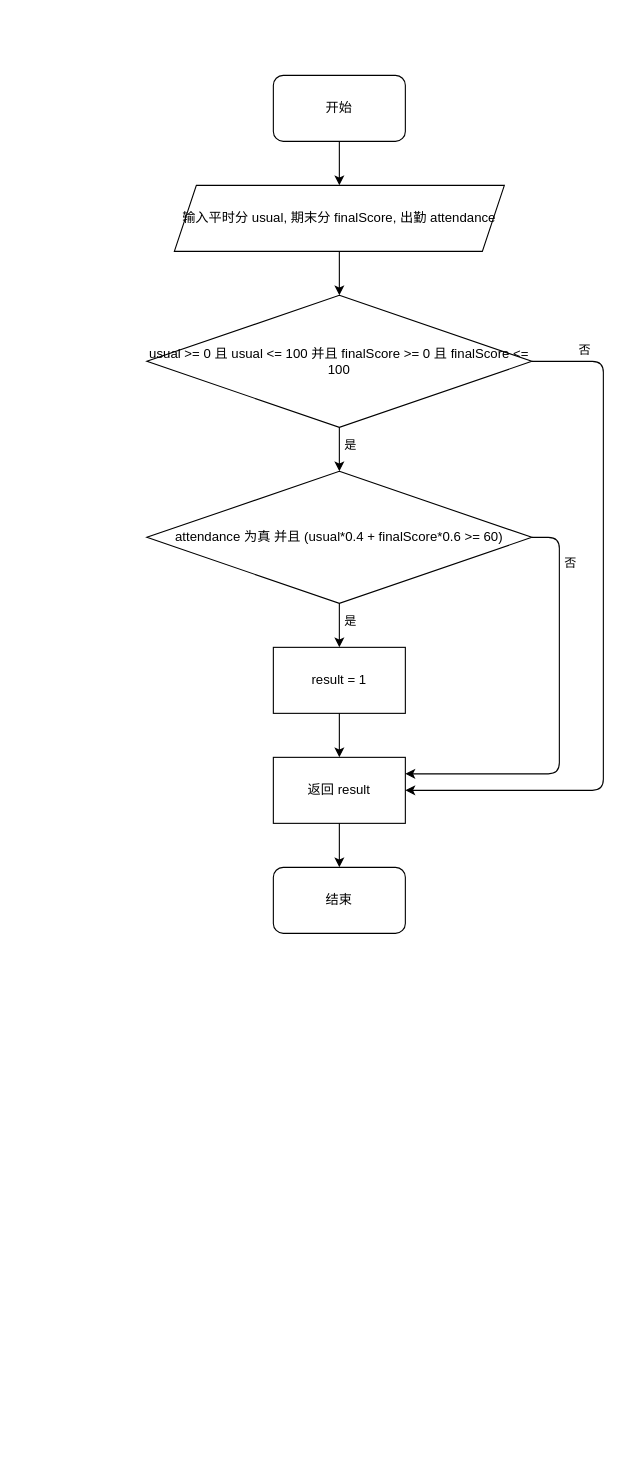
Earlier version of the draw.io diagram page "第 1 页" (1 of 5) of 软件测试白盒测试.drawio (wwwqqqzzz/iodraw-files). Source tidied: cells renumbered, new cells numbered last; positions are measured from the earlier drawing's top-left corner, leaving out a move shared by most shapes. Both pictures are drawn from the tidied source at 110%, with x=0, y=0 at pixel (146, 75).
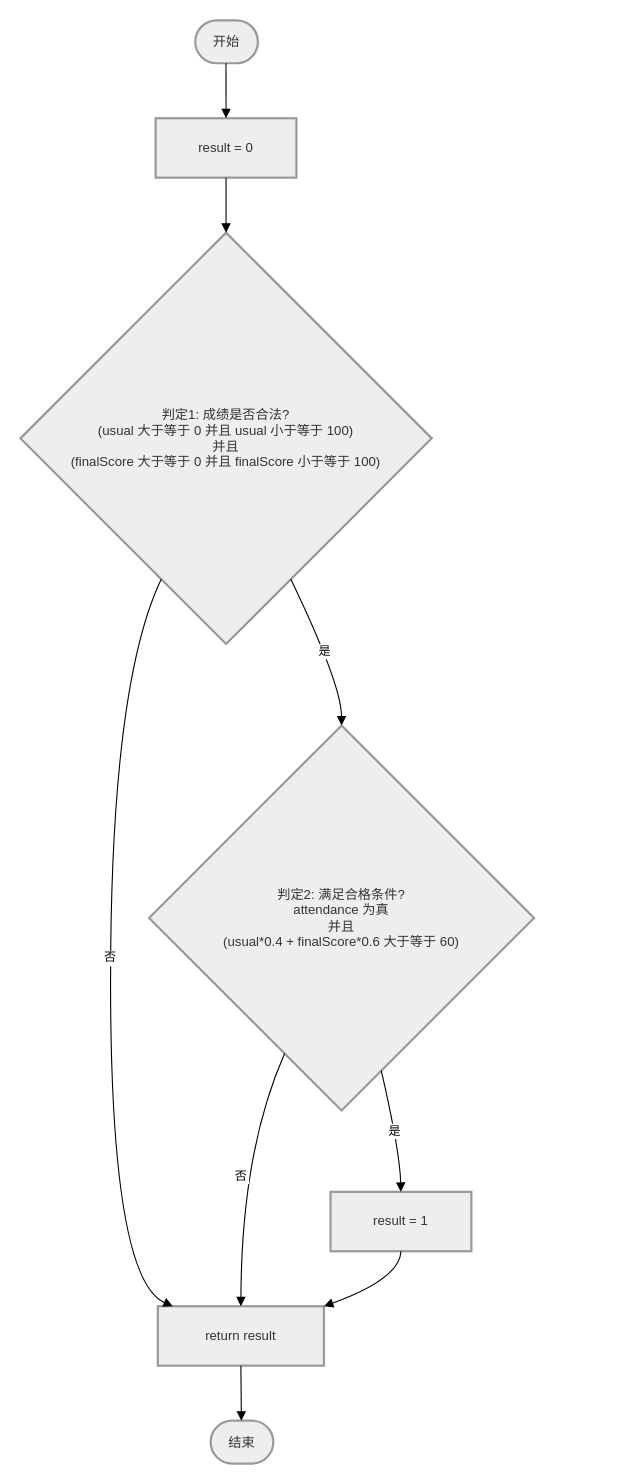
Above is the later version.

Commit message:
更新软件测试白盒测试.drawio

What changed in the source:
```diff
@@
+    <mxCell id="12" value="否" style="endArrow=classic;html=1;exitX=1;exitY=0.5;exitDx=0;exitDy=0;entryX=1;entryY=0.5;entryDx=0;entryDy=0;strokeColor=#000000;" parent="1" edge="1">
+      <mxGeometry x="-0.85" y="10" relative="1" as="geometry">
+        <mxPoint x="350" y="260" as="sourcePoint" />
+        <Array as="points">
+          <mxPoint x="415" y="260" />
+          <mxPoint x="415" y="650" />
+        </Array>
+      </mxGeometry>
+    </mxCell>
-    <mxCell id="2" value="开始" style="rounded=1;whiteSpace=wrap;html=1;strokeColor=#000000;fillColor=#ffffff;" parent="1" vertex="1">
-      <mxGeometry x="115" width="120" height="60" as="geometry" />
+    <mxCell id="2" value="开始" style="rounded=1;whiteSpace=wrap;arcSize=50;strokeWidth=2;fillColor=light-dark(#eeeeee,#1f2020);strokeColor=light-dark(#999999,#cccccc);fontColor=light-dark(#333333,#cccccc);" parent="1" vertex="1">
+      <mxGeometry x="44" y="-50" width="57" height="39" as="geometry" />
     </mxCell>
-    <mxCell id="3" value="输入平时分 usual, 期末分 finalScore, 出勤 attendance" style="shape=parallelogram;perimeter=parallelogramPerimeter;whiteSpace=wrap;html=1;fixedSize=1;strokeColor=#000000;fillColor=#ffffff;" parent="1" vertex="1">
-      <mxGeometry x="25" y="100" width="300" height="60" as="geometry" />
-    </mxCell>
-    <mxCell id="4" value="usual &gt;= 0 且 usual &lt;= 100 并且 finalScore &gt;= 0 且 finalScore &lt;= 100" style="rhombus;whiteSpace=wrap;html=1;strokeColor=#000000;fillColor=#ffffff;" parent="1" vertex="1">
-      <mxGeometry y="200" width="350" height="120" as="geometry" />
-    </mxCell>
-    <mxCell id="5" value="attendance 为真 并且 (usual*0.4 + finalScore*0.6 &gt;= 60)" style="rhombus;whiteSpace=wrap;html=1;strokeColor=#000000;fillColor=#ffffff;" parent="1" vertex="1">
-      <mxGeometry y="360" width="350" height="120" as="geometry" />
-    </mxCell>
+    <mxCell id="17" value="result = 0" style="whiteSpace=wrap;strokeWidth=2;fillColor=light-dark(#eeeeee,#1f2020);strokeColor=light-dark(#999999,#cccccc);fontColor=light-dark(#333333,#cccccc);" parent="1" vertex="1">
+      <mxGeometry x="8" y="39" width="128" height="54" as="geometry" />
+    </mxCell>
+    <mxCell id="18" value="判定1: 成绩是否合法?&#10;(usual 大于等于 0 并且 usual 小于等于 100)&#10;并且&#10;(finalScore 大于等于 0 并且 finalScore 小于等于 100)" style="rhombus;strokeWidth=2;whiteSpace=wrap;fillColor=light-dark(#eeeeee,#1f2020);strokeColor=light-dark(#999999,#cccccc);fontColor=light-dark(#333333,#cccccc);" parent="1" vertex="1">
+      <mxGeometry x="-115" y="143" width="374" height="374" as="geometry" />
+    </mxCell>
+    <mxCell id="19" value="return result" style="whiteSpace=wrap;strokeWidth=2;fillColor=light-dark(#eeeeee,#1f2020);strokeColor=light-dark(#999999,#cccccc);fontColor=light-dark(#333333,#cccccc);" parent="1" vertex="1">
+      <mxGeometry x="10" y="1119" width="151" height="54" as="geometry" />
+    </mxCell>
+    <mxCell id="20" value="判定2: 满足合格条件?&#10;attendance 为真&#10;并且&#10;(usual*0.4 + finalScore*0.6 大于等于 60)" style="rhombus;strokeWidth=2;whiteSpace=wrap;fillColor=light-dark(#eeeeee,#1f2020);strokeColor=light-dark(#999999,#cccccc);fontColor=light-dark(#333333,#cccccc);" parent="1" vertex="1">
+      <mxGeometry x="2" y="591" width="350" height="350" as="geometry" />
+    </mxCell>
-    <mxCell id="6" value="result = 1" style="whiteSpace=wrap;html=1;strokeColor=#000000;fillColor=#ffffff;" parent="1" vertex="1">
-      <mxGeometry x="115" y="520" width="120" height="60" as="geometry" />
+    <mxCell id="6" value="result = 1" style="whiteSpace=wrap;strokeWidth=2;fillColor=light-dark(#eeeeee,#1f2020);strokeColor=light-dark(#999999,#cccccc);fontColor=light-dark(#333333,#cccccc);" parent="1" vertex="1">
+      <mxGeometry x="167" y="1015" width="128" height="54" as="geometry" />
     </mxCell>
-    <mxCell id="7" value="返回 result" style="whiteSpace=wrap;html=1;strokeColor=#000000;fillColor=#ffffff;" parent="1" vertex="1">
-      <mxGeometry x="115" y="620" width="120" height="60" as="geometry" />
-    </mxCell>
-    <mxCell id="8" value="结束" style="rounded=1;whiteSpace=wrap;html=1;strokeColor=#000000;fillColor=#ffffff;" parent="1" vertex="1">
-      <mxGeometry x="115" y="720" width="120" height="60" as="geometry" />
+    <mxCell id="8" value="结束" style="rounded=1;whiteSpace=wrap;arcSize=50;strokeWidth=2;fillColor=light-dark(#eeeeee,#1f2020);strokeColor=light-dark(#999999,#cccccc);fontColor=light-dark(#333333,#cccccc);" parent="1" vertex="1">
+      <mxGeometry x="58" y="1223" width="57" height="39" as="geometry" />
     </mxCell>
-    <mxCell id="9" style="endArrow=classic;html=1;exitX=0.5;exitY=1;exitDx=0;exitDy=0;entryX=0.5;entryY=0;entryDx=0;entryDy=0;strokeColor=#000000;" parent="1" edge="1" source="2" target="3">
-      <mxGeometry relative="1" as="geometry" />
-    </mxCell>
-    <mxCell id="10" style="endArrow=classic;html=1;exitX=0.5;exitY=1;exitDx=0;exitDy=0;entryX=0.5;entryY=0;entryDx=0;entryDy=0;strokeColor=#000000;" parent="1" edge="1" source="3" target="4">
-      <mxGeometry relative="1" as="geometry" />
-    </mxCell>
-    <mxCell id="11" value="是" style="endArrow=classic;html=1;exitX=0.5;exitY=1;exitDx=0;exitDy=0;entryX=0.5;entryY=0;entryDx=0;entryDy=0;strokeColor=#000000;" parent="1" edge="1" source="4" target="5">
-      <mxGeometry x="-0.2" y="10" relative="1" as="geometry" />
-    </mxCell>
-    <mxCell id="12" value="否" style="endArrow=classic;html=1;exitX=1;exitY=0.5;exitDx=0;exitDy=0;entryX=1;entryY=0.5;entryDx=0;entryDy=0;strokeColor=#000000;" parent="1" edge="1" source="4" target="7">
-      <mxGeometry x="-0.85" y="10" relative="1" as="geometry">
-        <Array as="points">
-          <mxPoint x="415" y="260" />
-          <mxPoint x="415" y="650" />
-        </Array>
-      </mxGeometry>
-    </mxCell>
-    <mxCell id="13" value="是" style="endArrow=classic;html=1;exitX=0.5;exitY=1;exitDx=0;exitDy=0;entryX=0.5;entryY=0;entryDx=0;entryDy=0;strokeColor=#000000;" parent="1" edge="1" source="5" target="6">
-      <mxGeometry x="-0.2" y="10" relative="1" as="geometry" />
-    </mxCell>
-    <mxCell id="14" value="否" style="endArrow=classic;html=1;exitX=1;exitY=0.5;exitDx=0;exitDy=0;entryX=1;entryY=0.25;entryDx=0;entryDy=0;strokeColor=#000000;" parent="1" edge="1" source="5" target="7">
-      <mxGeometry x="-0.75" y="10" relative="1" as="geometry">
-        <Array as="points">
-          <mxPoint x="375" y="420" />
-          <mxPoint x="375" y="635" />
-        </Array>
-      </mxGeometry>
-    </mxCell>
-    <mxCell id="15" style="endArrow=classic;html=1;exitX=0.5;exitY=1;exitDx=0;exitDy=0;entryX=0.5;entryY=0;entryDx=0;entryDy=0;strokeColor=#000000;" parent="1" edge="1" source="6" target="7">
-      <mxGeometry relative="1" as="geometry" />
-    </mxCell>
-    <mxCell id="16" style="endArrow=classic;html=1;exitX=0.5;exitY=1;exitDx=0;exitDy=0;entryX=0.5;entryY=0;entryDx=0;entryDy=0;strokeColor=#000000;" parent="1" edge="1" source="7" target="8">
-      <mxGeometry relative="1" as="geometry" />
-    </mxCell>
+    <mxCell id="21" style="curved=1;startArrow=none;endArrow=block;exitX=0.49;exitY=1;entryX=0.5;entryY=0;rounded=0;" parent="1" edge="1" source="2" target="17">
+      <mxGeometry relative="1" as="geometry" />
+    </mxCell>
+    <mxCell id="22" style="curved=1;startArrow=none;endArrow=block;exitX=0.5;exitY=1;entryX=0.5;entryY=0;rounded=0;" parent="1" edge="1" source="17" target="18">
+      <mxGeometry relative="1" as="geometry" />
+    </mxCell>
+    <mxCell id="23" value="否" style="curved=1;startArrow=none;endArrow=block;exitX=0.27;exitY=1;entryX=0.09;entryY=0;rounded=0;" parent="1" edge="1" source="18" target="19">
+      <mxGeometry relative="1" as="geometry">
+        <Array as="points">
+          <mxPoint x="-33" y="554" />
+          <mxPoint x="-33" y="1094" />
+        </Array>
+      </mxGeometry>
+    </mxCell>
+    <mxCell id="24" value="是" style="curved=1;startArrow=none;endArrow=block;exitX=0.73;exitY=1;entryX=0.5;entryY=0;rounded=0;" parent="1" edge="1" source="18" target="20">
+      <mxGeometry relative="1" as="geometry">
+        <Array as="points">
+          <mxPoint x="177" y="554" />
+        </Array>
+      </mxGeometry>
+    </mxCell>
+    <mxCell id="25" value="是" style="curved=1;startArrow=none;endArrow=block;exitX=0.63;exitY=1;entryX=0.5;entryY=0;rounded=0;" parent="1" edge="1" source="20" target="6">
+      <mxGeometry relative="1" as="geometry">
+        <Array as="points">
+          <mxPoint x="230" y="978" />
+        </Array>
+      </mxGeometry>
+    </mxCell>
+    <mxCell id="26" value="否" style="curved=1;startArrow=none;endArrow=block;exitX=0.29;exitY=1;entryX=0.5;entryY=0;rounded=0;" parent="1" edge="1" source="20" target="19">
+      <mxGeometry relative="1" as="geometry">
+        <Array as="points">
+          <mxPoint x="86" y="978" />
+        </Array>
+      </mxGeometry>
+    </mxCell>
+    <mxCell id="27" style="curved=1;startArrow=none;endArrow=block;exitX=0.5;exitY=1;entryX=1;entryY=0;rounded=0;" parent="1" edge="1" source="6" target="19">
+      <mxGeometry relative="1" as="geometry">
+        <Array as="points">
+          <mxPoint x="230" y="1094" />
+        </Array>
+      </mxGeometry>
+    </mxCell>
+    <mxCell id="28" style="curved=1;startArrow=none;endArrow=block;exitX=0.5;exitY=1;entryX=0.49;entryY=0;rounded=0;" parent="1" edge="1" source="19" target="8">
+      <mxGeometry relative="1" as="geometry" />
+    </mxCell>
```
